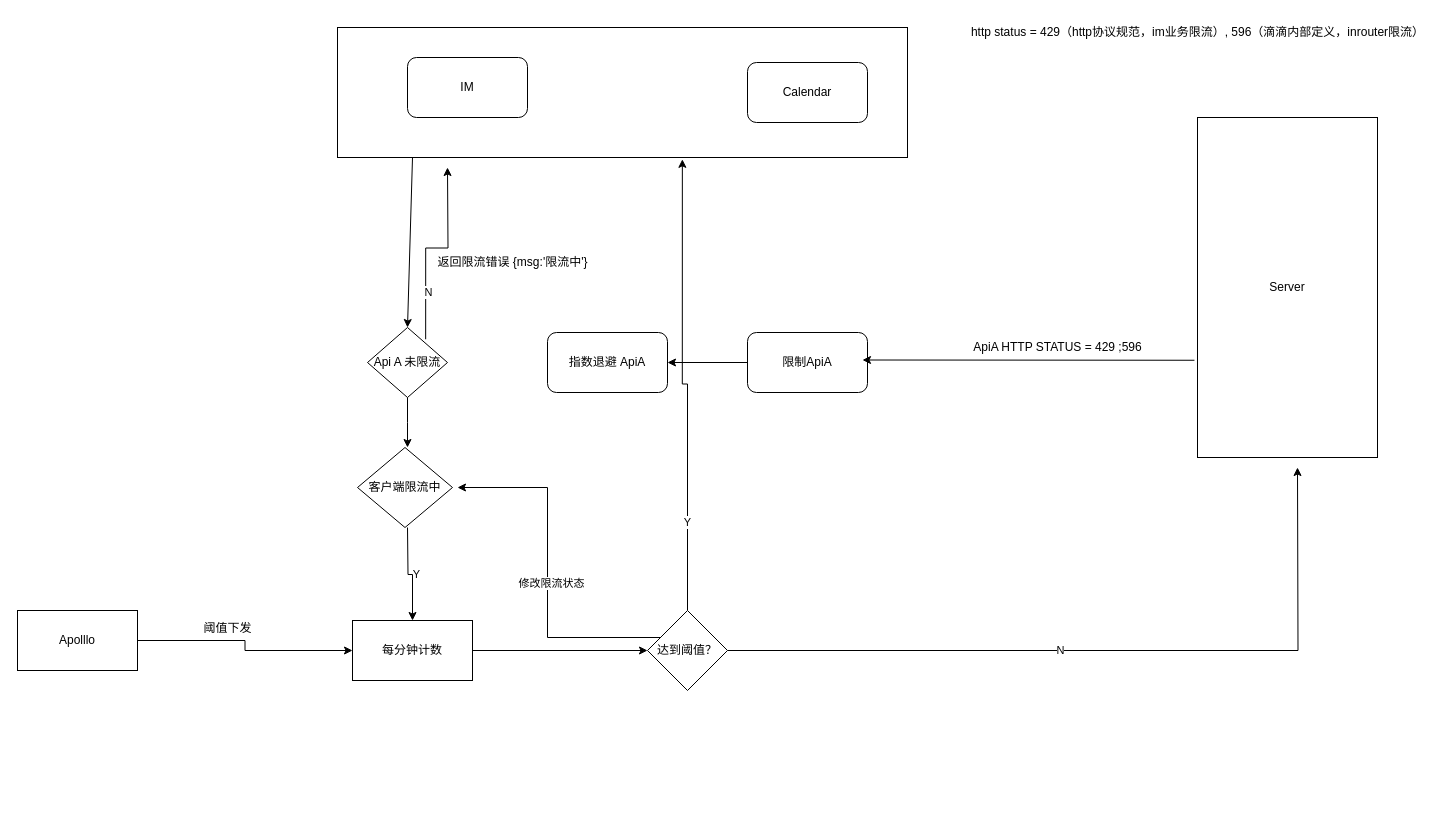
x3hong/algo keeps this draw.io diagram as 111.drawio. Above is the earlier version. Source tidied: cells renumbered, new cells numbered last; positions are measured from the earlier drawing's top-left corner, leaving out a move shared by most shapes. Both pictures are drawn from the tidied source at 100%, with x=0, y=0 at pixel (17, 17).
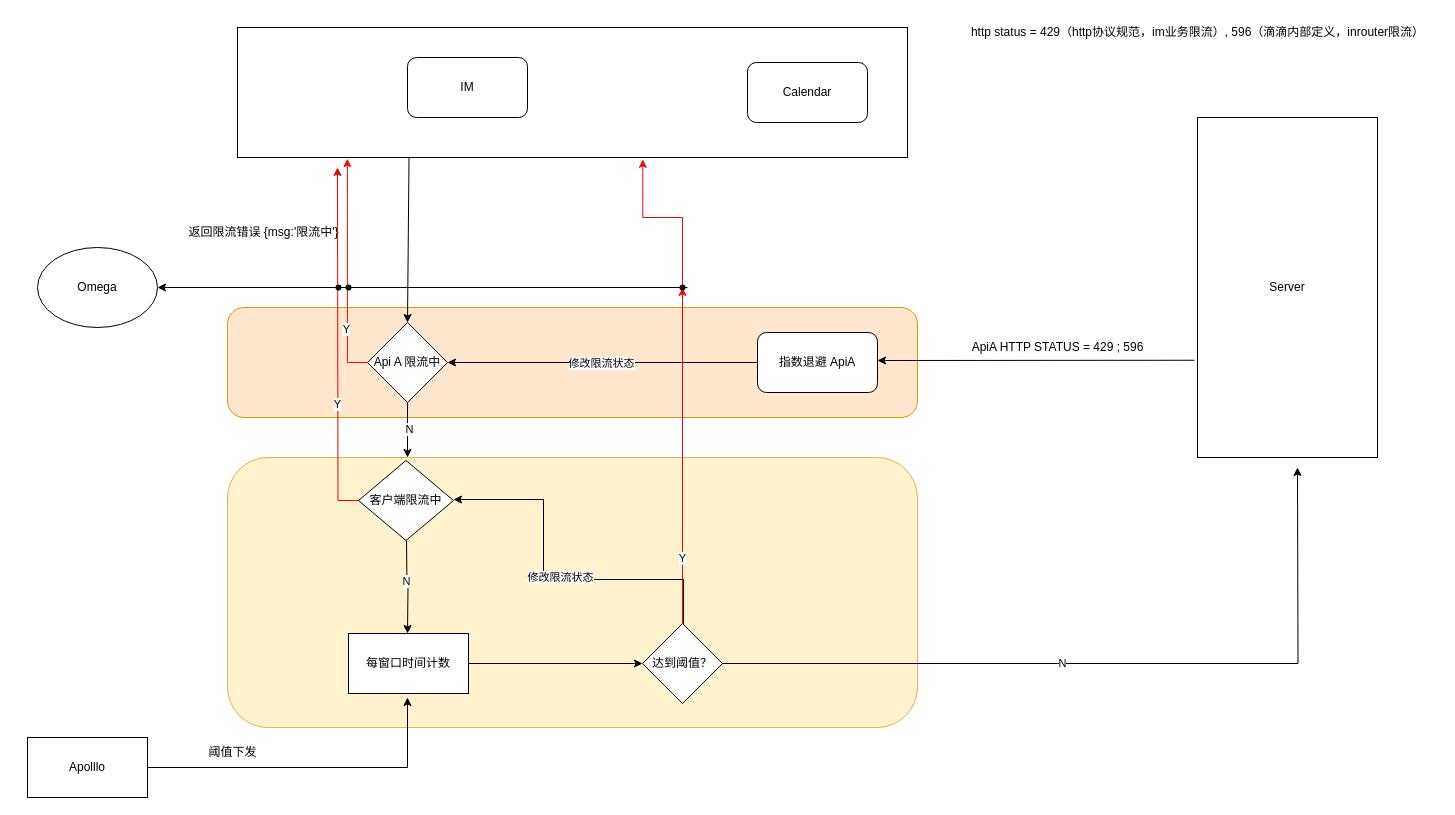
After the change.

The change refers to these unchanged cells:
```xml
<mxCell id="8" value="Server" style="rounded=0;whiteSpace=wrap;html=1;" parent="1" vertex="1">
  <mxGeometry x="1180" y="100" width="180" height="340" as="geometry" />
</mxCell>
```

The edit, as a diff of the source:
```diff
@@
+    <mxCell id="33" style="rounded=1;whiteSpace=wrap;html=1;fillColor=#ffe6cc;strokeColor=#d79b00;" parent="1" vertex="1">
+      <mxGeometry x="210" y="290" width="690" height="110" as="geometry" />
+    </mxCell>
+    <mxCell id="34" style="rounded=1;whiteSpace=wrap;html=1;fillColor=#fff2cc;strokeColor=#d6b656;" parent="1" vertex="1">
+      <mxGeometry x="210" y="440" width="690" height="270" as="geometry" />
+    </mxCell>
     <mxCell id="2" style="rounded=0;whiteSpace=wrap;html=1;" parent="1" vertex="1">
-      <mxGeometry x="320" y="10" width="570" height="130" as="geometry" />
+      <mxGeometry x="220" y="10" width="670" height="130" as="geometry" />
     </mxCell>
@@
+    <mxCell id="35" style="edgeStyle=orthogonalEdgeStyle;rounded=0;jettySize=auto;html=1;" parent="1" edge="1" source="5" target="17">
+      <mxGeometry relative="1" as="geometry" />
+    </mxCell>
+    <mxCell id="36" value="修改限流状态" style="edgeLabel;html=1;align=center;verticalAlign=middle;" parent="35" vertex="1">
+      <mxGeometry x="0.01" relative="1" as="geometry" />
+    </mxCell>
     <mxCell id="5" value="指数退避 ApiA" style="rounded=1;whiteSpace=wrap;html=1;" parent="1" vertex="1">
-      <mxGeometry x="530" y="315" width="120" height="60" as="geometry" />
+      <mxGeometry x="740" y="315" width="120" height="60" as="geometry" />
     </mxCell>
-    <mxCell id="6" style="edgeStyle=orthogonalEdgeStyle;rounded=0;jettySize=auto;html=1;" parent="1" edge="1" source="7" target="5">
-      <mxGeometry relative="1" as="geometry" />
-    </mxCell>
-    <mxCell id="7" value="限制ApiA" style="rounded=1;whiteSpace=wrap;html=1;" parent="1" vertex="1">
-      <mxGeometry x="730" y="315" width="120" height="60" as="geometry" />
-    </mxCell>
@@
-    <mxCell id="9" style="endArrow=classic;html=1;rounded=0;entryX=1;entryY=0.5;entryDx=0;entryDy=0;exitX=-0.017;exitY=0.714;exitDx=0;exitDy=0;exitPerimeter=0;" parent="1" edge="1" source="8">
+    <mxCell id="9" style="endArrow=classic;html=1;rounded=0;exitX=-0.017;exitY=0.714;exitDx=0;exitDy=0;exitPerimeter=0;" parent="1" edge="1" source="8">
       <mxGeometry relative="1" as="geometry">
-        <mxPoint x="845" y="342.5" as="targetPoint" />
+        <mxPoint x="860" y="343" as="targetPoint" />
       </mxGeometry>
     </mxCell>
-    <mxCell id="10" value="ApiA HTTP STATUS = 429 ;596" style="text;html=1;align=center;verticalAlign=middle;strokeColor=none;fillColor=none;" parent="1" vertex="1">
-      <mxGeometry x="945" y="315" width="190" height="30" as="geometry" />
+    <mxCell id="10" value="ApiA HTTP STATUS = 429 ; 596" style="text;html=1;align=center;verticalAlign=middle;strokeColor=none;fillColor=none;" parent="1" vertex="1">
+      <mxGeometry x="940" y="315" width="200" height="30" as="geometry" />
     </mxCell>
-    <mxCell id="11" style="edgeStyle=orthogonalEdgeStyle;rounded=0;jettySize=auto;html=1;entryX=0.77;entryY=1.029;entryDx=0;entryDy=0;entryPerimeter=0;exitX=0.727;exitY=0.168;exitDx=0;exitDy=0;exitPerimeter=0;" parent="1" edge="1" source="17">
+    <mxCell id="11" style="edgeStyle=orthogonalEdgeStyle;rounded=0;jettySize=auto;html=1;exitX=0;exitY=0.5;exitDx=0;exitDy=0;entryX=0.164;entryY=1.009;entryDx=0;entryDy=0;entryPerimeter=0;strokeColor=#f50a0a;" parent="1" edge="1" source="17" target="2">
       <mxGeometry relative="1" as="geometry">
-        <mxPoint x="430" y="150" as="targetPoint" />
+        <Array as="points">
+          <mxPoint x="329" y="345" />
+          <mxPoint x="329" y="141" />
+        </Array>
       </mxGeometry>
     </mxCell>
-    <mxCell id="12" value="N" style="edgeLabel;html=1;align=center;verticalAlign=middle;" parent="11" vertex="1">
-      <mxGeometry x="-0.52" y="-2" relative="1" as="geometry" />
+    <mxCell id="12" value="Y" style="edgeLabel;html=1;align=center;verticalAlign=middle;" parent="11" vertex="1">
+      <mxGeometry x="-0.52" y="-2" relative="1" as="geometry">
+        <mxPoint x="-3" as="offset" />
+      </mxGeometry>
     </mxCell>
     <mxCell id="13" value="返回限流错误 {msg:'限流中'}" style="text;html=1;align=center;verticalAlign=middle;strokeColor=none;fillColor=none;" parent="1" vertex="1">
-      <mxGeometry x="410" y="230" width="170" height="30" as="geometry" />
+      <mxGeometry x="161" y="200" width="170" height="30" as="geometry" />
     </mxCell>
-    <mxCell id="14" style="endArrow=classic;html=1;rounded=0;entryX=0.5;entryY=0;entryDx=0;entryDy=0;" parent="1" edge="1" target="17">
-      <mxGeometry relative="1" as="geometry">
-        <mxPoint x="395" y="140" as="sourcePoint" />
-      </mxGeometry>
+    <mxCell id="14" style="endArrow=classic;html=1;rounded=0;entryX=0.5;entryY=0;entryDx=0;entryDy=0;exitX=0.256;exitY=1.002;exitDx=0;exitDy=0;exitPerimeter=0;" parent="1" edge="1" source="2" target="17">
+      <mxGeometry relative="1" as="geometry" />
     </mxCell>
-    <mxCell id="15" style="edgeStyle=orthogonalEdgeStyle;rounded=0;jettySize=auto;html=1;" parent="1" edge="1" target="19">
+    <mxCell id="15" style="edgeStyle=orthogonalEdgeStyle;rounded=0;orthogonalLoop=1;jettySize=auto;html=1;" parent="1" edge="1">
       <mxGeometry relative="1" as="geometry">
-        <mxPoint x="390" y="510" as="sourcePoint" />
+        <mxPoint x="389" y="523" as="sourcePoint" />
+        <mxPoint x="390" y="616" as="targetPoint" />
       </mxGeometry>
     </mxCell>
-    <mxCell id="16" value="Y" style="edgeLabel;html=1;align=center;verticalAlign=middle;" parent="15" vertex="1">
-      <mxGeometry x="0.06" y="3" relative="1" as="geometry">
-        <mxPoint y="-1" as="offset" />
-      </mxGeometry>
-    </mxCell>
+    <mxCell id="37" value="N" style="edgeLabel;html=1;align=center;verticalAlign=middle;" parent="15" vertex="1">
+      <mxGeometry x="-0.13" y="2" relative="1" as="geometry">
+        <mxPoint x="-3" as="offset" />
+      </mxGeometry>
+    </mxCell>
-    <mxCell id="17" value="Api A 未限流" style="rhombus;whiteSpace=wrap;html=1;" parent="1" vertex="1">
-      <mxGeometry x="350" y="310" width="80" height="70" as="geometry" />
+    <mxCell id="17" value="Api A 限流中" style="rhombus;whiteSpace=wrap;html=1;" parent="1" vertex="1">
+      <mxGeometry x="350" y="305" width="80" height="80" as="geometry" />
     </mxCell>
@@
-    <mxCell id="19" value="每分钟计数" style="whiteSpace=wrap;html=1;" parent="1" vertex="1">
-      <mxGeometry x="335" y="603" width="120" height="60" as="geometry" />
+    <mxCell id="19" value="每窗口时间计数" style="whiteSpace=wrap;html=1;" parent="1" vertex="1">
+      <mxGeometry x="331" y="616" width="120" height="60" as="geometry" />
     </mxCell>
-    <mxCell id="20" style="edgeStyle=orthogonalEdgeStyle;rounded=0;jettySize=auto;html=1;entryX=0.605;entryY=1.014;entryDx=0;entryDy=0;entryPerimeter=0;" parent="1" edge="1" source="26" target="2">
+    <mxCell id="20" style="edgeStyle=orthogonalEdgeStyle;rounded=0;jettySize=auto;html=1;entryX=0.605;entryY=1.014;entryDx=0;entryDy=0;entryPerimeter=0;fontColor=#FF0000;strokeColor=#f00a0a;" parent="1" edge="1" source="47" target="2">
       <mxGeometry relative="1" as="geometry" />
     </mxCell>
-    <mxCell id="21" value="Y" style="edgeLabel;html=1;align=center;verticalAlign=middle;" parent="20" vertex="1">
-      <mxGeometry x="-0.61" y="1" relative="1" as="geometry" />
-    </mxCell>
@@
-    <mxCell id="24" style="edgeStyle=orthogonalEdgeStyle;rounded=0;jettySize=auto;html=1;" parent="1" edge="1" source="26">
+    <mxCell id="24" style="edgeStyle=orthogonalEdgeStyle;rounded=0;jettySize=auto;html=1;exitX=0.5;exitY=0;exitDx=0;exitDy=0;" parent="1" edge="1" source="26">
       <mxGeometry relative="1" as="geometry">
-        <mxPoint x="440" y="470" as="targetPoint" />
+        <mxPoint x="436" y="482" as="targetPoint" />
         <Array as="points">
-          <mxPoint x="530" y="620" />
+          <mxPoint x="666" y="606" />
+          <mxPoint x="666" y="562" />
+          <mxPoint x="526" y="562" />
+          <mxPoint x="526" y="482" />
         </Array>
       </mxGeometry>
     </mxCell>
@@
     <mxCell id="26" value="达到阈值？" style="rhombus;whiteSpace=wrap;html=1;" parent="1" vertex="1">
-      <mxGeometry x="630" y="593" width="80" height="80" as="geometry" />
+      <mxGeometry x="625" y="606" width="80" height="80" as="geometry" />
     </mxCell>
@@
-    <mxCell id="28" style="edgeStyle=orthogonalEdgeStyle;rounded=0;jettySize=auto;html=1;entryX=0;entryY=0.5;entryDx=0;entryDy=0;" parent="1" edge="1" source="29" target="19">
-      <mxGeometry relative="1" as="geometry" />
+    <mxCell id="28" style="edgeStyle=orthogonalEdgeStyle;rounded=0;jettySize=auto;html=1;" parent="1" edge="1" source="29">
+      <mxGeometry relative="1" as="geometry">
+        <mxPoint x="390" y="680" as="targetPoint" />
+        <Array as="points">
+          <mxPoint x="390" y="750" />
+        </Array>
+      </mxGeometry>
     </mxCell>
     <mxCell id="29" value="Apolllo" style="rounded=0;whiteSpace=wrap;html=1;" parent="1" vertex="1">
-      <mxGeometry y="593" width="120" height="60" as="geometry" />
+      <mxGeometry x="10" y="720" width="120" height="60" as="geometry" />
     </mxCell>
     <mxCell id="30" value="阈值下发" style="text;html=1;align=center;verticalAlign=middle;strokeColor=none;fillColor=none;" parent="1" vertex="1">
-      <mxGeometry x="175" y="596" width="70" height="30" as="geometry" />
+      <mxGeometry x="180" y="720" width="70" height="30" as="geometry" />
     </mxCell>
     <mxCell id="31" style="edgeStyle=orthogonalEdgeStyle;rounded=0;jettySize=auto;html=1;" parent="1" edge="1" source="17">
       <mxGeometry relative="1" as="geometry">
-        <mxPoint x="390" y="430" as="targetPoint" />
+        <mxPoint x="390" y="440" as="targetPoint" />
       </mxGeometry>
     </mxCell>
+    <mxCell id="38" value="N" style="edgeLabel;html=1;align=center;verticalAlign=middle;" parent="31" vertex="1">
+      <mxGeometry x="-0.05" y="1" relative="1" as="geometry" />
+    </mxCell>
+    <mxCell id="39" style="edgeStyle=orthogonalEdgeStyle;rounded=0;jettySize=auto;html=1;strokeColor=#f20202;" parent="1" edge="1" source="32">
+      <mxGeometry relative="1" as="geometry">
+        <mxPoint x="320" y="150" as="targetPoint" />
+      </mxGeometry>
+    </mxCell>
+    <mxCell id="40" value="Y" style="edgeLabel;html=1;align=center;verticalAlign=middle;" parent="39" vertex="1">
+      <mxGeometry x="-0.34" y="1" relative="1" as="geometry" />
+    </mxCell>
     <mxCell id="32" value="客户端限流中" style="rhombus;whiteSpace=wrap;html=1;" parent="1" vertex="1">
-      <mxGeometry x="340" y="430" width="95" height="80" as="geometry" />
+      <mxGeometry x="341" y="443" width="95" height="80" as="geometry" />
     </mxCell>
+    <mxCell id="41" value="Omega" style="ellipse;whiteSpace=wrap;html=1;" parent="1" vertex="1">
+      <mxGeometry x="20" y="230" width="120" height="80" as="geometry" />
+    </mxCell>
+    <mxCell id="42" style="endArrow=classic;html=1;rounded=0;entryX=1;entryY=0.5;entryDx=0;entryDy=0;" parent="1" edge="1" target="41">
+      <mxGeometry relative="1" as="geometry">
+        <mxPoint x="670" y="270" as="sourcePoint" />
+      </mxGeometry>
+    </mxCell>
+    <mxCell id="43" style="shape=waypoint;sketch=0;fillStyle=solid;size=6;fillColor=none;perimeter=centerPerimeter;" parent="1" vertex="1">
+      <mxGeometry x="311" y="260" width="20" height="20" as="geometry" />
+    </mxCell>
+    <mxCell id="44" style="shape=waypoint;sketch=0;fillStyle=solid;size=6;fillColor=none;perimeter=centerPerimeter;" parent="1" vertex="1">
+      <mxGeometry x="321" y="260" width="20" height="20" as="geometry" />
+    </mxCell>
+    <mxCell id="45" style="edgeStyle=orthogonalEdgeStyle;rounded=0;jettySize=auto;html=1;entryDx=0;entryDy=0;entryPerimeter=0;fontColor=#FF0000;strokeColor=#f00a0a;" parent="1" edge="1" source="26" target="47">
+      <mxGeometry relative="1" as="geometry" />
+    </mxCell>
+    <mxCell id="46" value="Y" style="edgeLabel;html=1;align=center;verticalAlign=middle;" parent="45" vertex="1">
+      <mxGeometry x="-0.61" y="1" relative="1" as="geometry" />
+    </mxCell>
+    <mxCell id="47" style="shape=waypoint;sketch=0;fillStyle=solid;size=6;points=[];fillColor=none;perimeter=centerPerimeter;snapToPoint=1;" parent="1" vertex="1">
+      <mxGeometry x="655" y="260" width="20" height="20" as="geometry" />
+    </mxCell>
```
